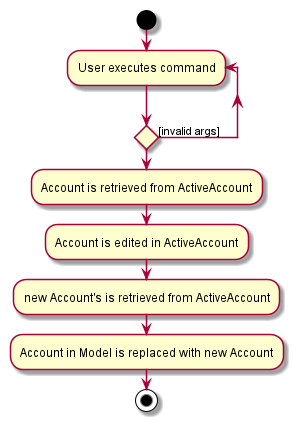
Earlier version of the PlantUML export docs/images/EditAccountActivityDiagram.png (nus-cs2103-AY2021S1/tp).
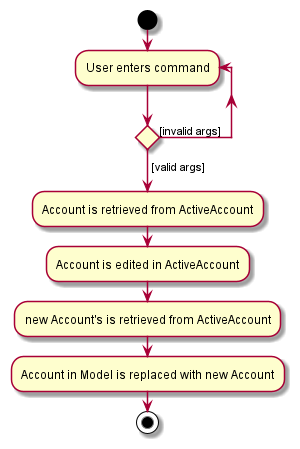
The same diagram one commit later.

The edit, as a diff of the source:
```diff
@@ -1,7 +1,8 @@
 @startuml
 start
-repeat :User executes command;
+repeat :User enters command;
 repeat  while () is ([invalid args])
+-> [valid args];
 :Account is retrieved from ActiveAccount;
 :Account is edited in ActiveAccount;
 :new Account's is retrieved from ActiveAccount;
```
